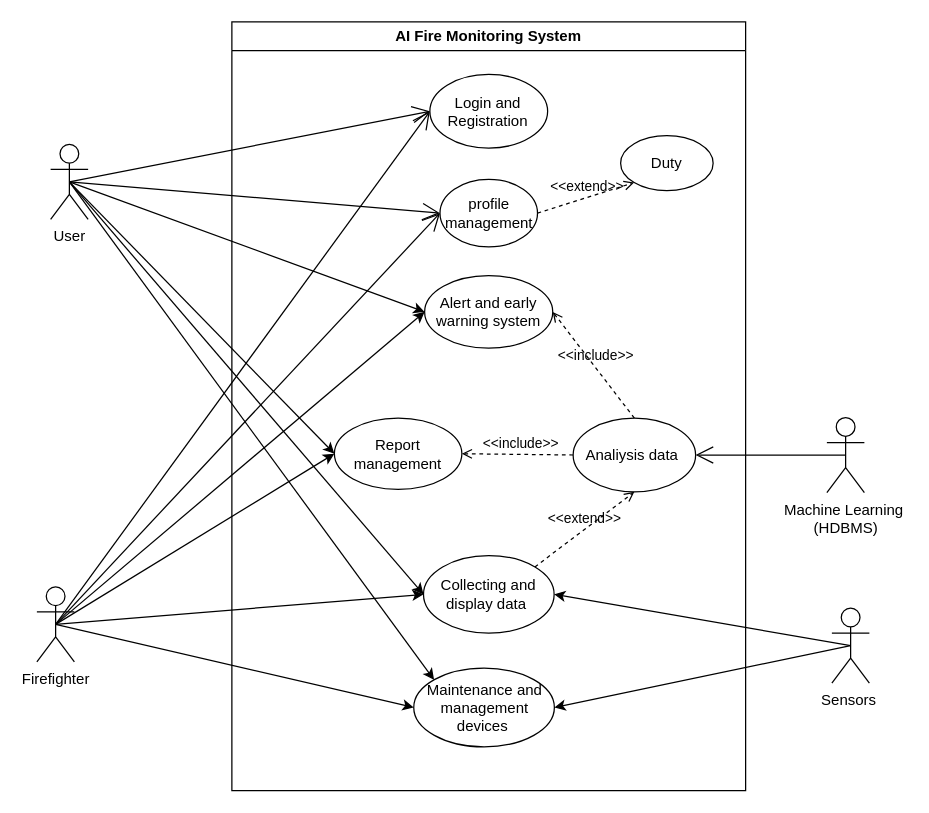
Earlier version of the draw.io diagram page "Use case" (2 of 21) of doc/PSM.drawio (SNFASA/AI-Fire-Monitoring-System). Source tidied: cells renumbered, new cells numbered last; positions are measured from the earlier drawing's top-left corner, leaving out a move shared by most shapes. Both pictures are drawn from the tidied source at 125%, with x=0, y=0 at pixel (36, 21).
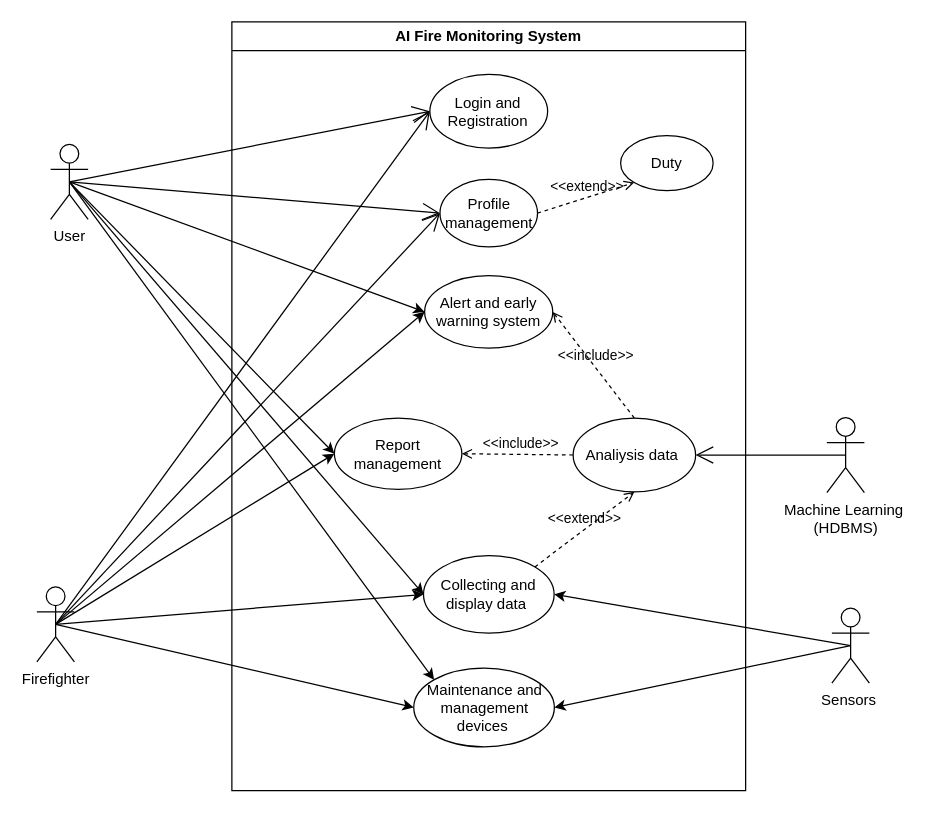
The same page after the edit.

Unchanged cells that the change refers to:
```xml
<mxCell id="2" value="AI Fire Monitoring System" style="swimlane;whiteSpace=wrap;html=1;" parent="1" vertex="1">
  <mxGeometry x="156" width="411" height="615" as="geometry" />
</mxCell>
```

The edit, as a diff of the source:
```diff
@@
-    <mxCell id="12" value="profile management" style="ellipse;whiteSpace=wrap;html=1;" parent="2" vertex="1">
+    <mxCell id="12" value="Profile management" style="ellipse;whiteSpace=wrap;html=1;" parent="2" vertex="1">
       <mxGeometry x="166.5" y="126" width="78" height="54" as="geometry" />
     </mxCell>
```
